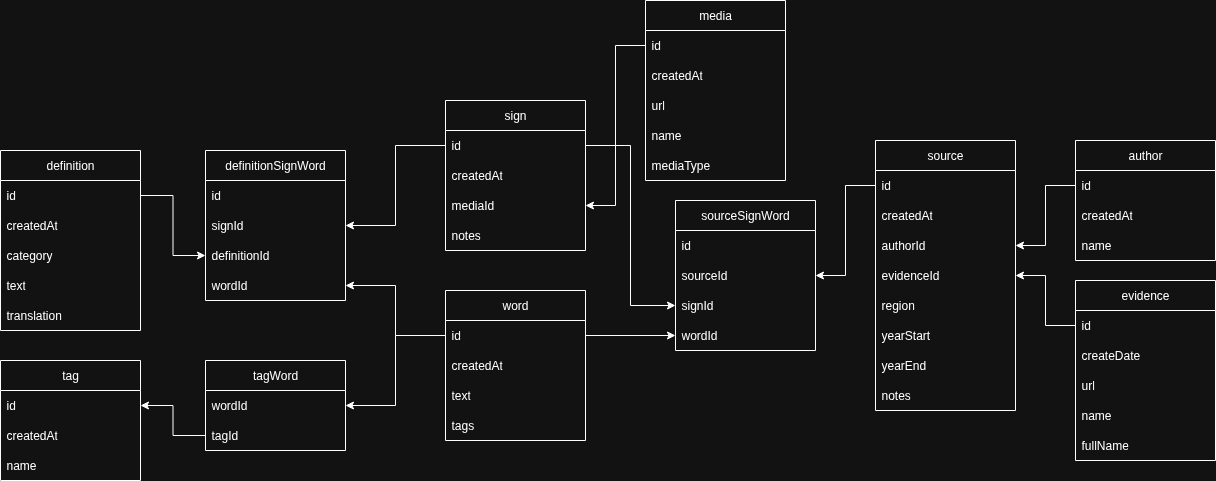
Above: database_schema.png in Hoinkas/SignArchive (draw.io), before the change. Source tidied: cells renumbered, new cells last; positions are measured from the earlier drawing's top-left corner, leaving out a move shared by most shapes.
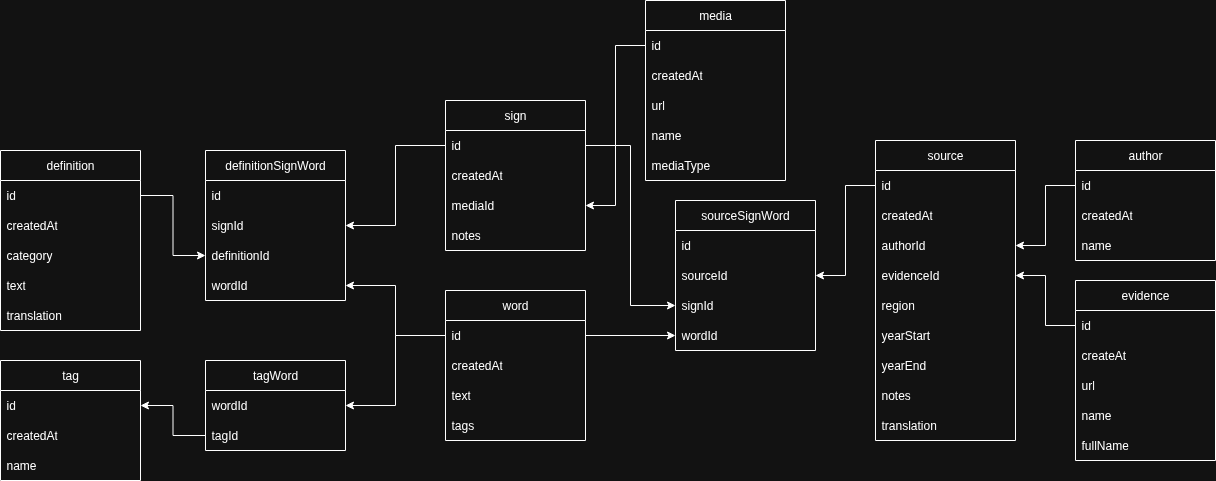
Above is the later version.

The edit, as a diff of the source:
```diff
@@ -3,7 +3,7 @@
     <mxCell id="0" />
     <mxCell id="1" parent="0" />
     <mxCell id="2" value="source" style="swimlane;fontStyle=0;horizontal=1;startSize=30;whiteSpace=wrap;html=1;" parent="1" vertex="1">
-      <mxGeometry x="875" y="140" width="140" height="270" as="geometry" />
+      <mxGeometry x="875" y="140" width="140" height="300" as="geometry" />
     </mxCell>
     <mxCell id="3" value="id" style="text;strokeColor=none;fillColor=none;align=left;verticalAlign=middle;spacingLeft=4;spacingRight=4;overflow=hidden;points=[[0,0.5],[1,0.5]];portConstraint=eastwest;whiteSpace=wrap;html=1;" parent="2" vertex="1">
       <mxGeometry y="30" width="140" height="30" as="geometry" />
@@ -29,6 +29,9 @@
     <mxCell id="10" value="notes" style="text;strokeColor=none;fillColor=none;align=left;verticalAlign=middle;spacingLeft=4;spacingRight=4;overflow=hidden;whiteSpace=wrap;html=1;" parent="2" vertex="1">
       <mxGeometry y="240" width="140" height="30" as="geometry" />
     </mxCell>
+    <mxCell id="71" value="translation" style="text;strokeColor=none;fillColor=none;align=left;verticalAlign=middle;spacingLeft=4;spacingRight=4;overflow=hidden;whiteSpace=wrap;html=1;" parent="2" vertex="1">
+      <mxGeometry y="270" width="140" height="30" as="geometry" />
+    </mxCell>
     <mxCell id="11" value="word" style="swimlane;fontStyle=0;horizontal=1;startSize=30;whiteSpace=wrap;html=1;" parent="1" vertex="1">
       <mxGeometry x="445" y="290" width="140" height="150" as="geometry" />
     </mxCell>
@@ -92,7 +95,7 @@
     <mxCell id="31" value="id" style="text;strokeColor=none;fillColor=none;align=left;verticalAlign=middle;spacingLeft=4;spacingRight=4;overflow=hidden;points=[[0,0.5],[1,0.5]];portConstraint=eastwest;whiteSpace=wrap;html=1;" parent="30" vertex="1">
       <mxGeometry y="30" width="140" height="30" as="geometry" />
     </mxCell>
-    <mxCell id="32" value="createDate" style="text;strokeColor=none;fillColor=none;align=left;verticalAlign=middle;spacingLeft=4;spacingRight=4;overflow=hidden;whiteSpace=wrap;html=1;" parent="30" vertex="1">
+    <mxCell id="32" value="createAt" style="text;strokeColor=none;fillColor=none;align=left;verticalAlign=middle;spacingLeft=4;spacingRight=4;overflow=hidden;whiteSpace=wrap;html=1;" parent="30" vertex="1">
       <mxGeometry y="60" width="140" height="30" as="geometry" />
     </mxCell>
     <mxCell id="33" value="url" style="text;strokeColor=none;fillColor=none;align=left;verticalAlign=middle;spacingLeft=4;spacingRight=4;overflow=hidden;whiteSpace=wrap;html=1;" parent="30" vertex="1">
```
